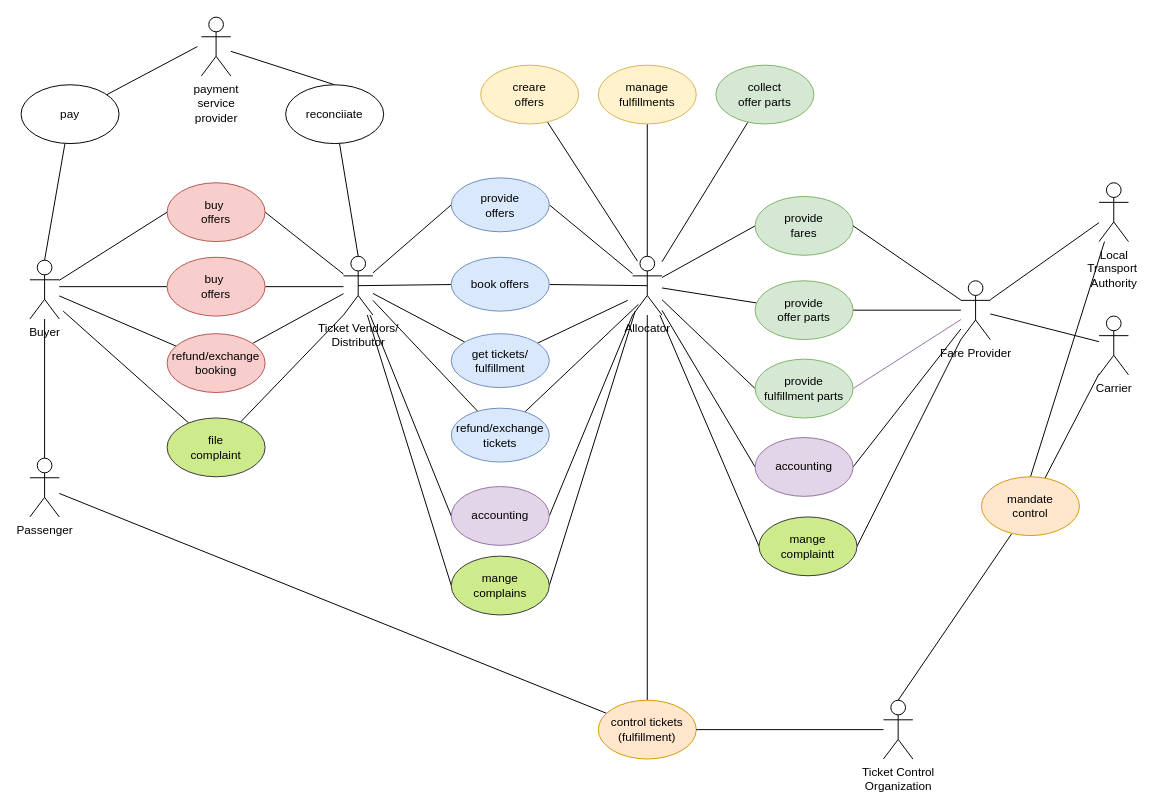
Earlier version of the draw.io diagram images/business-capabilities/business-use-cases.drawio (UnionInternationalCheminsdeFer/OSDM). Source tidied: cells renumbered, new cells numbered last; positions are measured from the earlier drawing's top-left corner, leaving out a move shared by most shapes. Both pictures are drawn from the tidied source at 98%, with x=0, y=0 at pixel (21, 17).
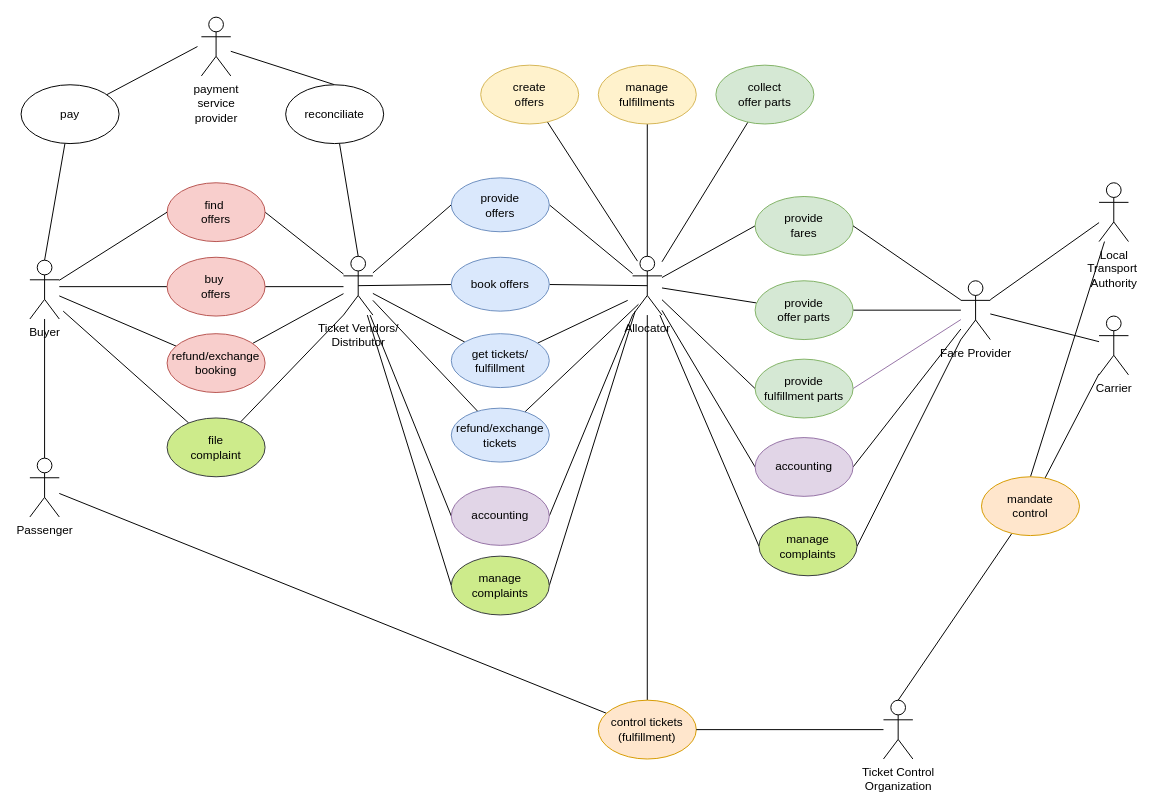
After the change.

Change to the diagram source:
```diff
@@
-    <mxCell id="14" value="creare&lt;br&gt;offers" style="ellipse;whiteSpace=wrap;html=1;fillColor=#fff2cc;strokeColor=#d6b656;" parent="1" vertex="1">
+    <mxCell id="14" value="create&lt;br&gt;offers" style="ellipse;whiteSpace=wrap;html=1;fillColor=#fff2cc;strokeColor=#d6b656;" parent="1" vertex="1">
       <mxGeometry x="469" y="49" width="100" height="60" as="geometry" />
     </mxCell>
@@
-    <mxCell id="17" value="buy&amp;nbsp;&lt;br&gt;offers" style="ellipse;whiteSpace=wrap;html=1;fillColor=#f8cecc;strokeColor=#b85450;" parent="1" vertex="1">
+    <mxCell id="17" value="find&amp;nbsp;&lt;br&gt;offers" style="ellipse;whiteSpace=wrap;html=1;fillColor=#f8cecc;strokeColor=#b85450;" parent="1" vertex="1">
       <mxGeometry x="149" y="169" width="100" height="60" as="geometry" />
     </mxCell>
@@
-    <mxCell id="66" value="reconciiate" style="ellipse;whiteSpace=wrap;html=1;" parent="1" vertex="1">
+    <mxCell id="66" value="reconciliate" style="ellipse;whiteSpace=wrap;html=1;" parent="1" vertex="1">
       <mxGeometry x="270" y="69" width="100" height="60" as="geometry" />
     </mxCell>
@@
-    <mxCell id="72" value="mange&lt;br&gt;complains" style="ellipse;whiteSpace=wrap;html=1;fillColor=#cdeb8b;strokeColor=#36393d;" parent="1" vertex="1">
+    <mxCell id="72" value="manage&lt;br&gt;complaints" style="ellipse;whiteSpace=wrap;html=1;fillColor=#cdeb8b;strokeColor=#36393d;" parent="1" vertex="1">
       <mxGeometry x="439" y="550" width="100" height="60" as="geometry" />
     </mxCell>
@@
-    <mxCell id="75" value="mange&lt;br&gt;complaintt" style="ellipse;whiteSpace=wrap;html=1;fillColor=#cdeb8b;strokeColor=#36393d;" parent="1" vertex="1">
+    <mxCell id="75" value="manage&lt;br&gt;complaints" style="ellipse;whiteSpace=wrap;html=1;fillColor=#cdeb8b;strokeColor=#36393d;" parent="1" vertex="1">
       <mxGeometry x="753" y="510" width="100" height="60" as="geometry" />
     </mxCell>
```
